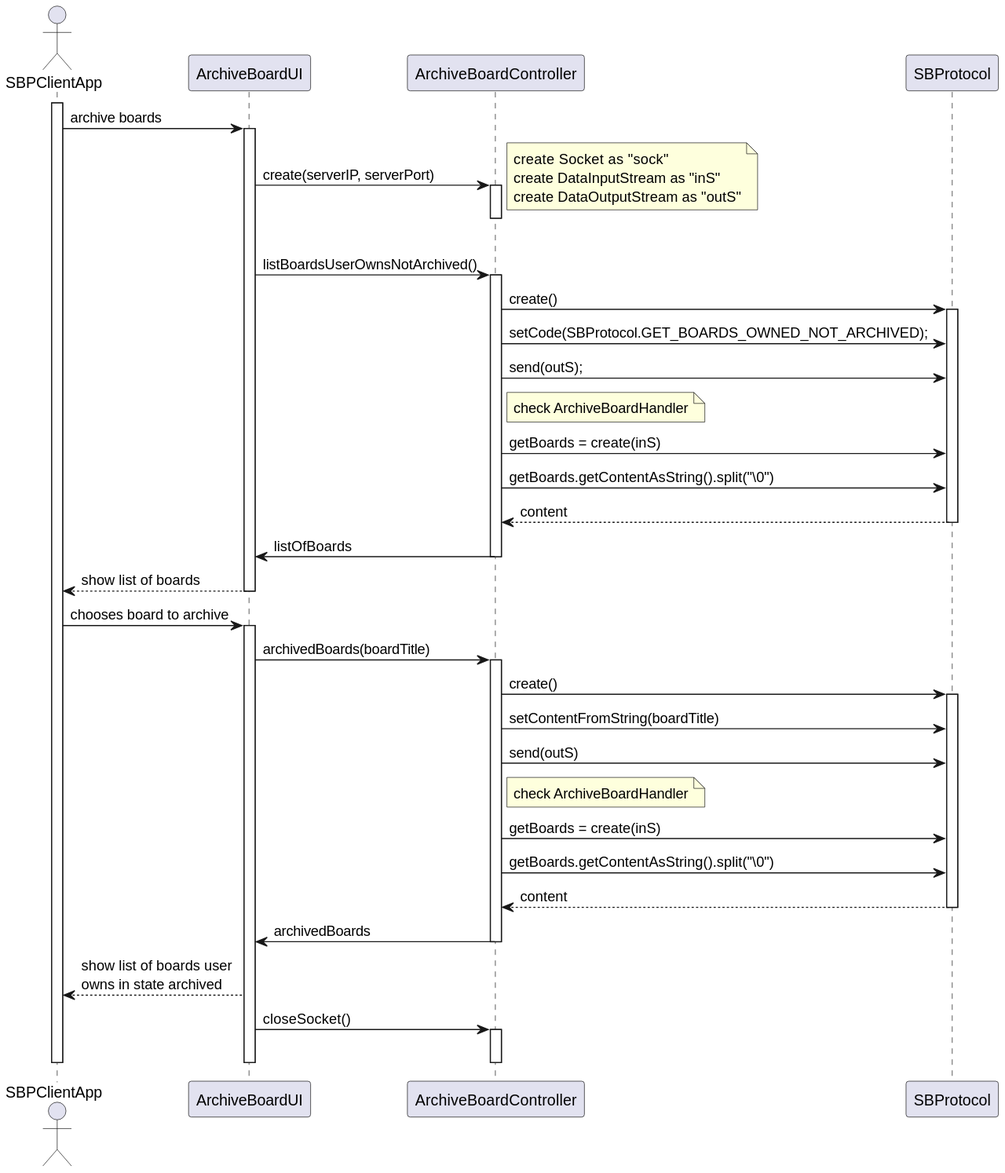
Before: docs/us_3010/clientSD.svg, a diagram exported from PlantUML (jovami/isep-lapr4).
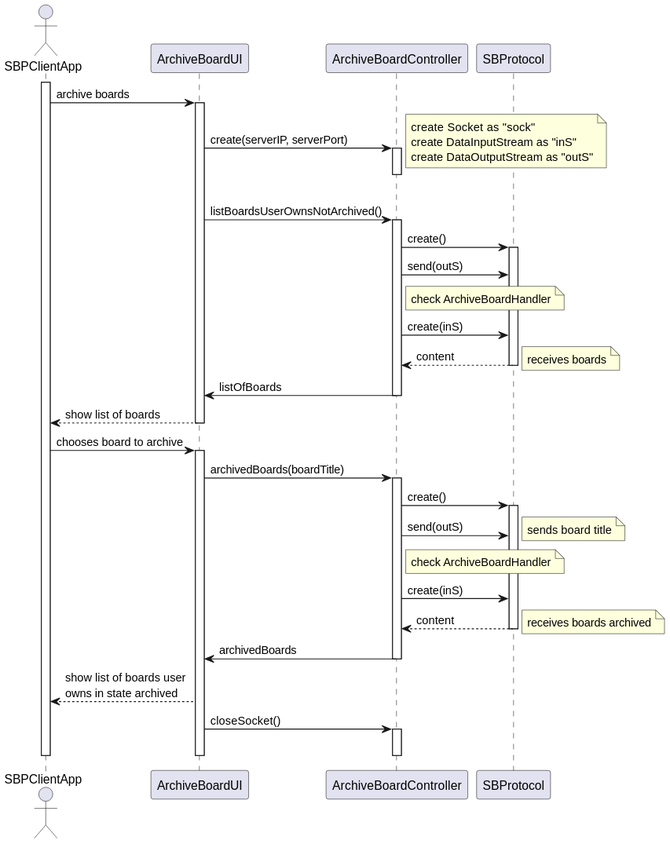
Later version of the same file.

What changed in the source:
```diff
@@ -19,13 +19,13 @@
     activate ctrl
         ctrl ->sbp: create()
         activate sbp
-            ctrl -> sbp : setCode(SBProtocol.GET_BOARDS_OWNED_NOT_ARCHIVED);
-            ctrl -> sbp : send(outS);
+
+            ctrl -> sbp : send(outS)
             note right of ctrl: check ArchiveBoardHandler
 
-            ctrl -> sbp : getBoards = create(inS)
-            ctrl -> sbp : getBoards.getContentAsString().split("\0")
+            ctrl -> sbp : create(inS)
             sbp --> ctrl : content
+            note right : receives boards
 
         deactivate sbp
 
@@ -41,12 +41,12 @@
     activate ctrl
         ctrl -> sbp : create()
         activate sbp
-        ctrl -> sbp : setContentFromString(boardTitle)
         ctrl -> sbp : send(outS)
+        note right : sends board title
         note right of ctrl: check ArchiveBoardHandler
-        ctrl -> sbp : getBoards = create(inS)
-        ctrl -> sbp : getBoards.getContentAsString().split("\0")
+        ctrl -> sbp : create(inS)
         sbp --> ctrl : content
+        note right : receives boards archived
         deactivate sbp
 
         ctrl -> ui: archivedBoards
```
